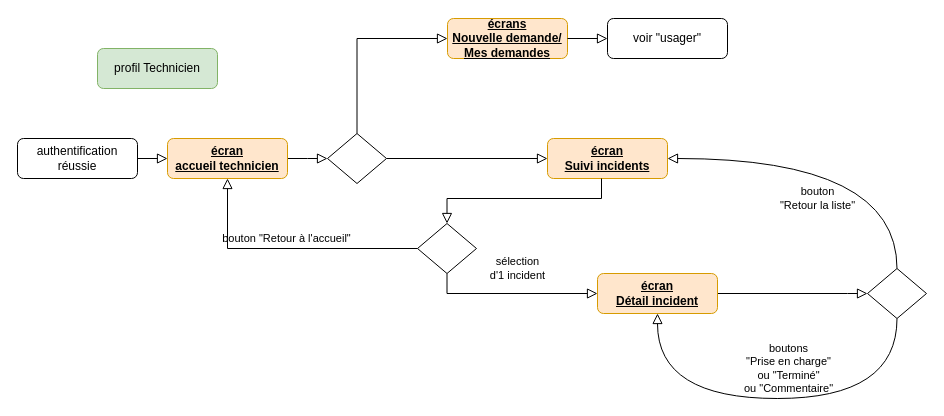
Earlier version of the draw.io diagram doc/cinématique/technicien.drawio (mapette/sos_immo_backend). Source tidied: cells renumbered, new cells numbered last; positions are measured from the earlier drawing's top-left corner, leaving out a move shared by most shapes. Both pictures are drawn from the tidied source at 100%, with x=0, y=0 at pixel (17, 18).
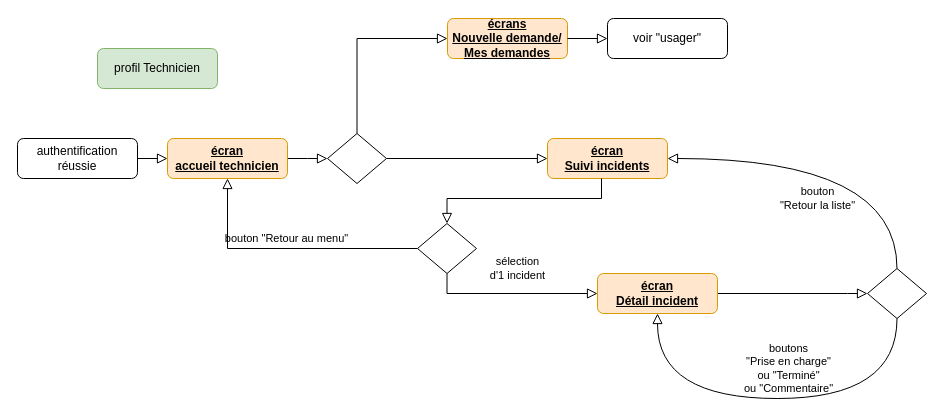
After the change.

The change refers to these unchanged cells:
```xml
<mxCell id="3" value="&lt;b&gt;&lt;u&gt;écran&lt;br&gt;accueil technicien&lt;/u&gt;&lt;/b&gt;" style="rounded=1;whiteSpace=wrap;html=1;fontSize=12;glass=0;strokeWidth=1;shadow=0;fillColor=#ffe6cc;strokeColor=#d79b00;" parent="1" vertex="1">
  <mxGeometry x="150" y="120" width="120" height="40" as="geometry" />
</mxCell>
<mxCell id="17" style="rhombus;whiteSpace=wrap;html=1;shadow=0;fontFamily=Helvetica;fontSize=12;align=center;strokeWidth=1;spacing=6;spacingTop=-4;" parent="1" vertex="1">
  <mxGeometry x="400" y="205" width="59" height="50" as="geometry" />
</mxCell>
```

Diff of the diagram source:
```diff
@@
-    <mxCell id="15" value="bouton &quot;Retour à l'accueil&quot;" style="rounded=0;html=1;jettySize=auto;fontSize=11;endArrow=block;endFill=0;endSize=8;strokeWidth=1;shadow=0;labelBackgroundColor=none;edgeStyle=orthogonalEdgeStyle;exitX=0;exitY=0.5;exitDx=0;exitDy=0;entryX=0.5;entryY=1;entryDx=0;entryDy=0;" parent="1" edge="1" source="17" target="3">
+    <mxCell id="15" value="bouton &quot;Retour au menu&quot;" style="rounded=0;html=1;jettySize=auto;fontSize=11;endArrow=block;endFill=0;endSize=8;strokeWidth=1;shadow=0;labelBackgroundColor=none;edgeStyle=orthogonalEdgeStyle;exitX=0;exitY=0.5;exitDx=0;exitDy=0;entryX=0.5;entryY=1;entryDx=0;entryDy=0;" parent="1" edge="1" source="17" target="3">
       <mxGeometry x="0.01" y="-10" relative="1" as="geometry" />
     </mxCell>
```
